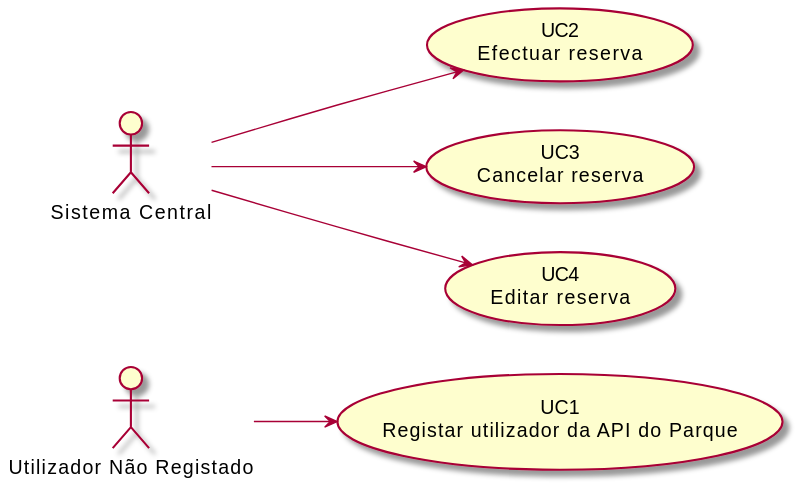
Before: Documentos/Sprint2/DUC/DUC.svg, a diagram exported from PlantUML (UPskillDOTNET/Jakim-das-Coives-S.A.).
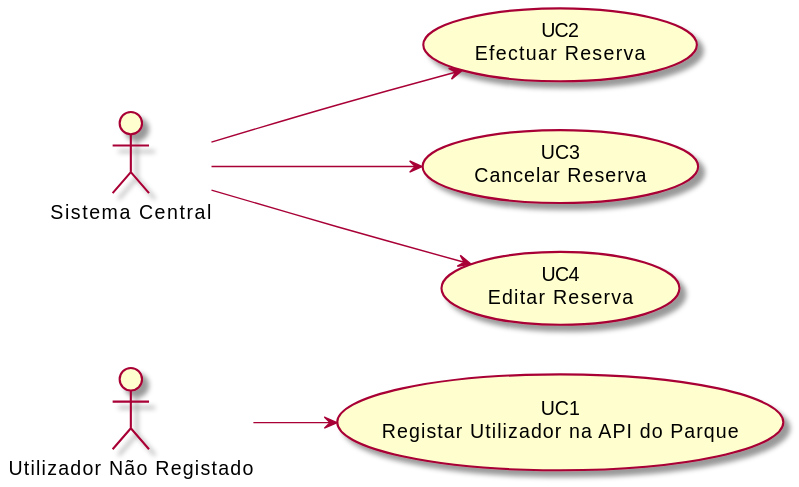
After the commit.

Change to the diagram source:
```diff
@@ -4,10 +4,10 @@
 actor "Utilizador Não Registado" as unr
 actor "Sistema Central" as sc
 
-usecase "UC1\nRegistar utilizador da API do Parque" as UC1
-usecase "UC2\nEfectuar reserva" as UC2
-usecase "UC3\nCancelar reserva" as UC3
-usecase "UC4\nEditar reserva" as UC4
+usecase "UC1\nRegistar Utilizador na API do Parque" as UC1
+usecase "UC2\nEfectuar Reserva" as UC2
+usecase "UC3\nCancelar Reserva" as UC3
+usecase "UC4\nEditar Reserva" as UC4
 
 unr--> UC1
 sc --> UC2
```
